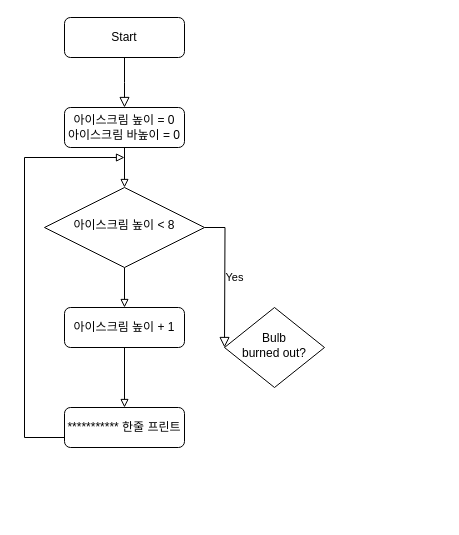
yagom-academy/swift-starter-Round1 keeps this draw.io diagram as Untitled Diagram.drawio. Above is the earlier version. Source tidied: cells renumbered, new cells numbered last; positions are measured from the earlier drawing's top-left corner, leaving out a move shared by most shapes. Both pictures are drawn from the tidied source at 100%, with x=0, y=0 at pixel (24, 17).
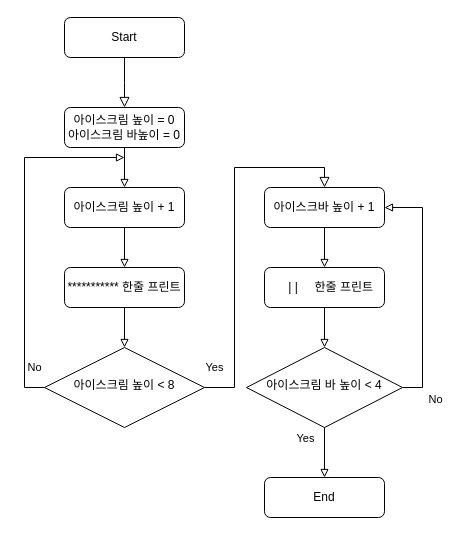
The same diagram, later.

The change refers to these unchanged cells:
```xml
<mxCell id="4" value="아이스크림 높이 = 0&lt;br&gt;아이스크림 바높이 = 0" style="rounded=1;whiteSpace=wrap;html=1;fontSize=12;glass=0;strokeWidth=1;shadow=0;" parent="1" vertex="1">
  <mxGeometry x="40" y="90" width="120" height="40" as="geometry" />
</mxCell>
```

What changed in the source:
```diff
@@
-    <mxCell id="5" value="Yes" style="edgeStyle=orthogonalEdgeStyle;rounded=0;html=1;jettySize=auto;fontSize=11;endArrow=block;endFill=0;endSize=8;strokeWidth=1;shadow=0;labelBackgroundColor=none;" parent="1" edge="1" source="7">
-      <mxGeometry y="10" relative="1" as="geometry">
-        <mxPoint x="200" y="330" as="targetPoint" />
-      </mxGeometry>
+    <mxCell id="5" value="Yes" style="edgeStyle=orthogonalEdgeStyle;rounded=0;html=1;jettySize=auto;fontSize=11;endArrow=block;endFill=0;endSize=8;strokeWidth=1;shadow=0;labelBackgroundColor=none;entryX=0.5;entryY=0;entryDx=0;entryDy=0;" parent="1" edge="1" source="7" target="21">
+      <mxGeometry x="-0.72" y="20" relative="1" as="geometry" />
     </mxCell>
-    <mxCell id="6" style="edgeStyle=orthogonalEdgeStyle;rounded=0;jettySize=auto;html=1;exitX=0.5;exitY=1;exitDx=0;exitDy=0;entryX=0.5;entryY=0;entryDx=0;entryDy=0;endArrow=block;endFill=0;" parent="1" edge="1" source="7" target="12">
-      <mxGeometry relative="1" as="geometry" />
-    </mxCell>
     <mxCell id="7" value="아이스크림 높이 &amp;lt; 8" style="rhombus;whiteSpace=wrap;html=1;shadow=0;fontFamily=Helvetica;fontSize=12;align=center;strokeWidth=1;spacing=6;spacingTop=-4;" parent="1" vertex="1">
-      <mxGeometry x="20" y="170" width="160" height="80" as="geometry" />
+      <mxGeometry x="20" y="330" width="160" height="80" as="geometry" />
     </mxCell>
     <mxCell id="8" value="*********** 한줄 프린트" style="rounded=1;whiteSpace=wrap;html=1;fontSize=12;glass=0;strokeWidth=1;shadow=0;" parent="1" vertex="1">
-      <mxGeometry x="40" y="390" width="120" height="40" as="geometry" />
+      <mxGeometry x="40" y="250" width="120" height="40" as="geometry" />
     </mxCell>
+    <mxCell id="14" style="edgeStyle=orthogonalEdgeStyle;rounded=0;jettySize=auto;html=1;exitX=1;exitY=0.5;exitDx=0;exitDy=0;entryX=1;entryY=0.5;entryDx=0;entryDy=0;endArrow=block;endFill=0;" parent="1" edge="1" source="9" target="21">
+      <mxGeometry relative="1" as="geometry" />
+    </mxCell>
+    <mxCell id="15" value="No" style="edgeLabel;html=1;align=center;verticalAlign=middle;" parent="14" vertex="1">
+      <mxGeometry x="-0.53" y="-3" relative="1" as="geometry">
+        <mxPoint x="9" y="47" as="offset" />
+      </mxGeometry>
+    </mxCell>
+    <mxCell id="16" style="edgeStyle=orthogonalEdgeStyle;rounded=0;jettySize=auto;html=1;exitX=0.5;exitY=1;exitDx=0;exitDy=0;entryX=0.5;entryY=0;entryDx=0;entryDy=0;endArrow=block;endFill=0;" parent="1" edge="1" source="9" target="24">
+      <mxGeometry relative="1" as="geometry" />
+    </mxCell>
+    <mxCell id="17" value="Yes" style="edgeLabel;html=1;align=center;verticalAlign=middle;" parent="16" vertex="1">
+      <mxGeometry x="-0.16" y="-1" relative="1" as="geometry">
+        <mxPoint x="-19" y="-11" as="offset" />
+      </mxGeometry>
+    </mxCell>
-    <mxCell id="9" value="Bulb&lt;br&gt;burned out?" style="rhombus;whiteSpace=wrap;html=1;shadow=0;fontFamily=Helvetica;fontSize=12;align=center;strokeWidth=1;spacing=6;spacingTop=-4;" parent="1" vertex="1">
-      <mxGeometry x="200" y="290" width="100" height="80" as="geometry" />
+    <mxCell id="9" value="아이스크림 바 높이 &amp;lt; 4" style="rhombus;whiteSpace=wrap;html=1;shadow=0;fontFamily=Helvetica;fontSize=12;align=center;strokeWidth=1;spacing=6;spacingTop=-4;" parent="1" vertex="1">
+      <mxGeometry x="222" y="330" width="156" height="80" as="geometry" />
     </mxCell>
-    <mxCell id="10" style="endArrow=block;html=1;rounded=0;endFill=0;" parent="1" edge="1">
-      <mxGeometry relative="1" as="geometry">
-        <mxPoint x="40" y="420" as="sourcePoint" />
+    <mxCell id="10" value="No" style="endArrow=block;html=1;rounded=0;endFill=0;exitX=0;exitY=0.5;exitDx=0;exitDy=0;" parent="1" edge="1" source="7">
+      <mxGeometry x="-0.77" y="-10" relative="1" as="geometry">
         <mxPoint x="100" y="140" as="targetPoint" />
         <Array as="points">
-          <mxPoint y="420" />
+          <mxPoint y="370" />
           <mxPoint y="140" />
         </Array>
       </mxGeometry>
     </mxCell>
@@
     <mxCell id="12" value="아이스크림 높이 + 1" style="rounded=1;whiteSpace=wrap;html=1;fontSize=12;glass=0;strokeWidth=1;shadow=0;" parent="1" vertex="1">
-      <mxGeometry x="40" y="290" width="120" height="40" as="geometry" />
+      <mxGeometry x="40" y="170" width="120" height="40" as="geometry" />
     </mxCell>
-    <mxCell id="13" style="endArrow=block;html=1;rounded=0;exitX=0.5;exitY=1;exitDx=0;exitDy=0;entryX=0.5;entryY=0;entryDx=0;entryDy=0;endFill=0;" parent="1" edge="1" source="4" target="7">
-      <mxGeometry relative="1" as="geometry" />
-    </mxCell>
+    <mxCell id="18" style="endArrow=block;html=1;rounded=0;entryX=0.5;entryY=0;entryDx=0;entryDy=0;exitX=0.5;exitY=1;exitDx=0;exitDy=0;endFill=0;" parent="1" edge="1" source="8" target="7">
+      <mxGeometry relative="1" as="geometry" />
+    </mxCell>
+    <mxCell id="19" style="endArrow=block;html=1;rounded=0;entryX=0.5;entryY=0;entryDx=0;entryDy=0;exitX=0.5;exitY=1;exitDx=0;exitDy=0;endFill=0;" parent="1" edge="1" source="4" target="12">
+      <mxGeometry relative="1" as="geometry" />
+    </mxCell>
+    <mxCell id="20" style="edgeStyle=orthogonalEdgeStyle;rounded=0;jettySize=auto;html=1;exitX=0.5;exitY=1;exitDx=0;exitDy=0;entryX=0.5;entryY=0;entryDx=0;entryDy=0;endArrow=block;endFill=0;" parent="1" edge="1" source="21" target="23">
+      <mxGeometry relative="1" as="geometry" />
+    </mxCell>
+    <mxCell id="21" value="아이스크바 높이 + 1" style="rounded=1;whiteSpace=wrap;html=1;fontSize=12;glass=0;strokeWidth=1;shadow=0;" parent="1" vertex="1">
+      <mxGeometry x="240" y="170" width="120" height="40" as="geometry" />
+    </mxCell>
+    <mxCell id="22" style="edgeStyle=orthogonalEdgeStyle;rounded=0;jettySize=auto;html=1;exitX=0.5;exitY=1;exitDx=0;exitDy=0;entryX=0.5;entryY=0;entryDx=0;entryDy=0;endArrow=block;endFill=0;" parent="1" edge="1" source="23" target="9">
+      <mxGeometry relative="1" as="geometry" />
+    </mxCell>
+    <mxCell id="23" value="&amp;nbsp; &amp;nbsp; | | &amp;nbsp; &amp;nbsp; 한줄 프린트" style="rounded=1;whiteSpace=wrap;html=1;fontSize=12;glass=0;strokeWidth=1;shadow=0;" parent="1" vertex="1">
+      <mxGeometry x="240" y="250" width="120" height="40" as="geometry" />
+    </mxCell>
+    <mxCell id="24" value="End" style="rounded=1;whiteSpace=wrap;html=1;fontSize=12;glass=0;strokeWidth=1;shadow=0;" parent="1" vertex="1">
+      <mxGeometry x="240" y="460" width="120" height="40" as="geometry" />
+    </mxCell>
```
